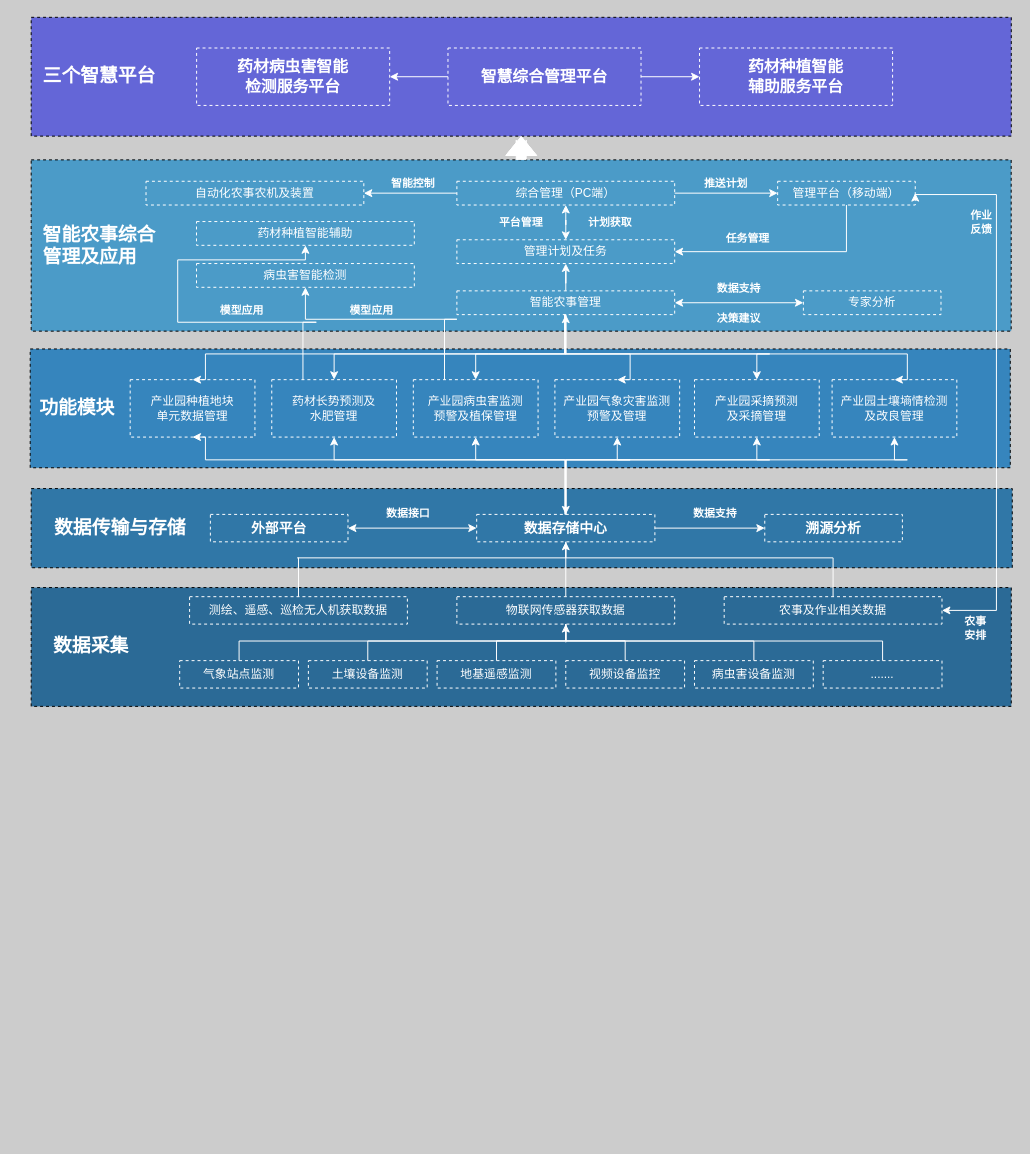
Above: 未命名绘图.drawio in brakaa/gittest (draw.io), before the change. Source tidied: cells renumbered, new cells numbered last; positions are measured from the earlier drawing's top-left corner, leaving out a move shared by most shapes. Both pictures are drawn from the tidied source at 99%, with x=0, y=0 at pixel (17, 17).
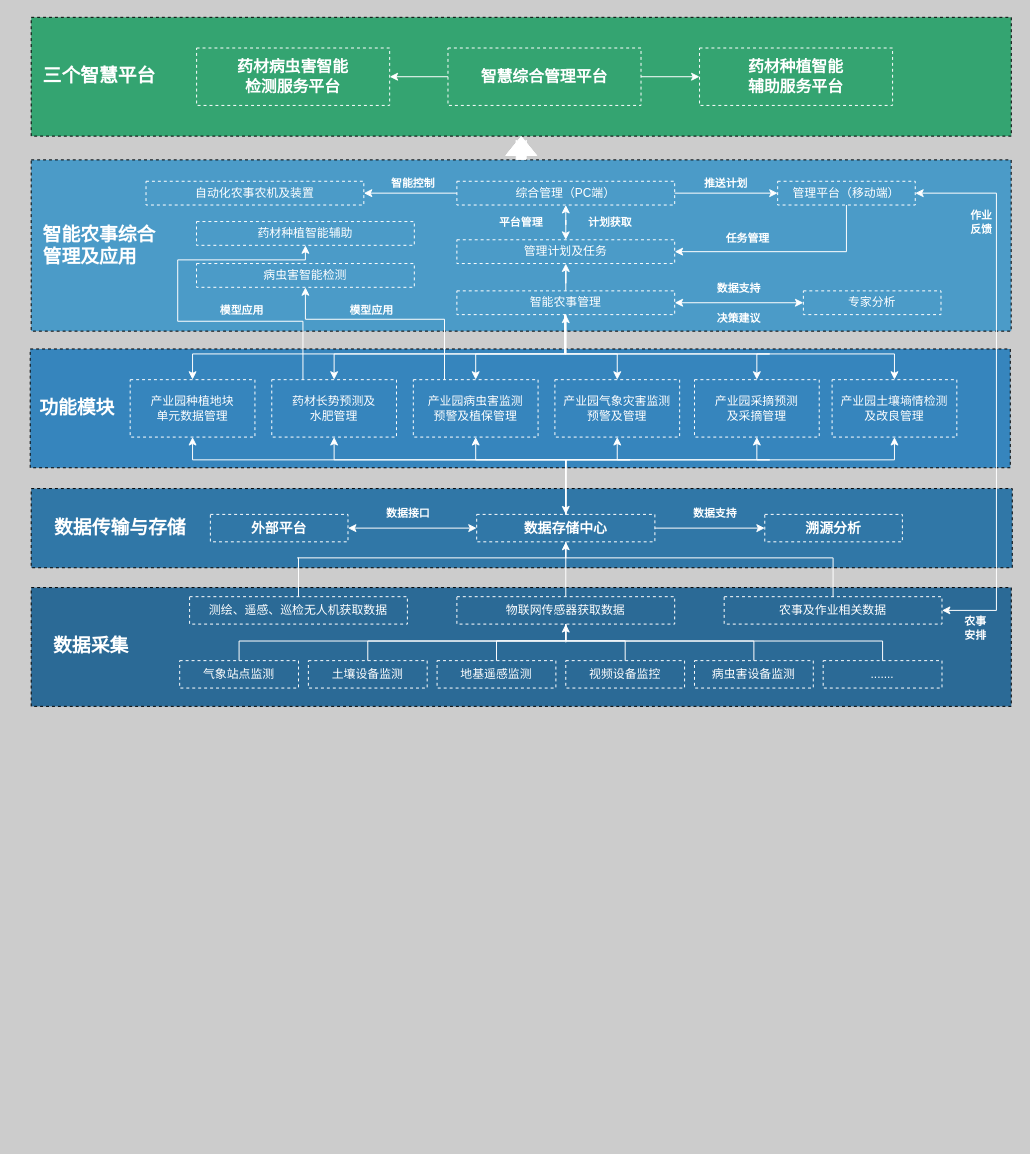
The same page after the edit.

Commit message (it also covers changes not shown here):
更新未命名绘图.drawio

The change refers to these unchanged cells:
```xml
<mxCell id="5" value="&lt;font color=&quot;#ffffff&quot; style=&quot;font-size: 14px;&quot;&gt;数据存储中心&lt;/font&gt;" style="rounded=0;whiteSpace=wrap;html=1;fillColor=none;dashed=1;strokeColor=#FFFFFF;fontFamily=Microsoft YaHei;fontSize=14;fontStyle=1;" parent="2" vertex="1">
  <mxGeometry x="450" y="26.1" width="180" height="27.7" as="geometry" />
</mxCell>
<mxCell id="28" value="&lt;font color=&quot;#ffffff&quot;&gt;农事及作业相关数据&lt;/font&gt;" style="rounded=0;whiteSpace=wrap;html=1;fillColor=none;dashed=1;strokeColor=#FFFFFF;fontFamily=Microsoft YaHei;" parent="12" vertex="1">
  <mxGeometry x="700" y="9.2" width="220" height="27.7" as="geometry" />
</mxCell>
<mxCell id="37" value="&lt;font color=&quot;#ffffff&quot;&gt;产业园土壤墒情检测&lt;br&gt;及改良管理&lt;br&gt;&lt;/font&gt;" style="rounded=0;whiteSpace=wrap;html=1;fillColor=none;dashed=1;strokeColor=#FFFFFF;fontFamily=Microsoft YaHei;" parent="35" vertex="1">
  <mxGeometry x="823" y="31" width="126" height="58" as="geometry" />
</mxCell>
<mxCell id="40" value="&lt;font color=&quot;#ffffff&quot;&gt;产业园气象灾害监测&lt;br&gt;预警及管理&lt;br&gt;&lt;/font&gt;" style="rounded=0;whiteSpace=wrap;html=1;fillColor=none;dashed=1;strokeColor=#FFFFFF;fontFamily=Microsoft YaHei;" parent="35" vertex="1">
  <mxGeometry x="543" y="31" width="126" height="58" as="geometry" />
</mxCell>
<mxCell id="41" value="&lt;font color=&quot;#ffffff&quot;&gt;产业园病虫害监测&lt;br&gt;预警及植保管理&lt;br&gt;&lt;/font&gt;" style="rounded=0;whiteSpace=wrap;html=1;fillColor=none;dashed=1;strokeColor=#FFFFFF;fontFamily=Microsoft YaHei;" parent="35" vertex="1">
  <mxGeometry x="400" y="31" width="126" height="58" as="geometry" />
</mxCell>
<mxCell id="42" value="&lt;font color=&quot;#ffffff&quot;&gt;药材长势预测及&lt;br&gt;水肥管理&lt;br&gt;&lt;/font&gt;" style="rounded=0;whiteSpace=wrap;html=1;fillColor=none;dashed=1;strokeColor=#FFFFFF;fontFamily=Microsoft YaHei;" parent="35" vertex="1">
  <mxGeometry x="257" y="31" width="126" height="58" as="geometry" />
</mxCell>
<mxCell id="43" value="&lt;font color=&quot;#ffffff&quot;&gt;产业园种植地块&lt;br&gt;单元数据管理&lt;br&gt;&lt;/font&gt;" style="rounded=0;whiteSpace=wrap;html=1;fillColor=none;dashed=1;strokeColor=#FFFFFF;fontFamily=Microsoft YaHei;" parent="35" vertex="1">
  <mxGeometry x="114" y="31" width="126" height="58" as="geometry" />
</mxCell>
<mxCell id="54" value="&lt;font color=&quot;#ffffff&quot;&gt;智能农事管理&lt;/font&gt;" style="rounded=0;whiteSpace=wrap;html=1;fillColor=none;dashed=1;strokeColor=#FFFFFF;fontFamily=Microsoft YaHei;" parent="52" vertex="1">
  <mxGeometry x="430" y="132.3" width="220" height="24" as="geometry" />
</mxCell>
<mxCell id="55" value="&lt;font color=&quot;#ffffff&quot;&gt;病虫害智能检测&lt;/font&gt;" style="rounded=0;whiteSpace=wrap;html=1;fillColor=none;dashed=1;strokeColor=#FFFFFF;fontFamily=Microsoft YaHei;" parent="52" vertex="1">
  <mxGeometry x="167" y="104.7" width="220" height="24" as="geometry" />
</mxCell>
<mxCell id="61" value="&lt;font color=&quot;#ffffff&quot;&gt;药材种植智能辅助&lt;/font&gt;" style="rounded=0;whiteSpace=wrap;html=1;fillColor=none;dashed=1;strokeColor=#FFFFFF;fontFamily=Microsoft YaHei;" parent="52" vertex="1">
  <mxGeometry x="167" y="62.3" width="220" height="24" as="geometry" />
</mxCell>
<mxCell id="71" value="&lt;font color=&quot;#ffffff&quot; style=&quot;font-size: 12px;&quot;&gt;管理平台（移动端）&lt;/font&gt;" style="rounded=0;whiteSpace=wrap;html=1;fillColor=none;dashed=1;strokeColor=#FFFFFF;fontFamily=Microsoft YaHei;fontSize=12;fontStyle=0;" parent="52" vertex="1">
  <mxGeometry x="754" y="21.6" width="139" height="24" as="geometry" />
</mxCell>
<mxCell id="88" style="group;" parent="87" vertex="1">
  <mxGeometry width="990" height="120" as="geometry" />
</mxCell>
```

Diff of the diagram source:
```diff
@@
-    <mxCell id="12" style="group;" parent="1" vertex="1">
+    <mxCell id="12" style="group;rotation=90;" parent="1" vertex="1">
       <mxGeometry x="14" y="576" width="990" height="120" as="geometry" />
     </mxCell>
@@
     <mxCell id="44" style="edgeStyle=orthogonalEdgeStyle;shape=connector;rounded=0;jettySize=auto;html=1;exitX=0.5;exitY=1;exitDx=0;exitDy=0;entryX=0.5;entryY=0;entryDx=0;entryDy=0;labelBackgroundColor=default;strokeColor=#FFFFFF;fontFamily=Helvetica;fontSize=11;fontColor=default;endArrow=classic;endFill=1;startArrow=classic;startFill=1;" parent="1" edge="1" source="37" target="5">
       <mxGeometry relative="1" as="geometry">
         <Array as="points">
-          <mxPoint x="899" y="447" />
-          <mxPoint x="553" y="447" />
+          <mxPoint x="886" y="447" />
+          <mxPoint x="554" y="447" />
         </Array>
       </mxGeometry>
     </mxCell>
@@
     <mxCell id="48" style="edgeStyle=orthogonalEdgeStyle;shape=connector;rounded=0;jettySize=auto;html=1;exitX=0.5;exitY=1;exitDx=0;exitDy=0;entryX=0.5;entryY=0;entryDx=0;entryDy=0;labelBackgroundColor=default;strokeColor=#FFFFFF;fontFamily=Helvetica;fontSize=11;fontColor=default;endArrow=none;endFill=0;startArrow=classic;startFill=1;" parent="1" edge="1" source="42" target="5">
       <mxGeometry relative="1" as="geometry">
         <Array as="points">
-          <mxPoint x="333" y="447" />
-          <mxPoint x="553" y="447" />
+          <mxPoint x="320" y="447" />
+          <mxPoint x="554" y="447" />
         </Array>
       </mxGeometry>
     </mxCell>
     <mxCell id="49" style="edgeStyle=orthogonalEdgeStyle;shape=connector;rounded=0;jettySize=auto;html=1;exitX=0.5;exitY=1;exitDx=0;exitDy=0;labelBackgroundColor=default;strokeColor=#FFFFFF;fontFamily=Helvetica;fontSize=11;fontColor=default;endArrow=none;endFill=0;startArrow=classic;startFill=1;" parent="1" edge="1" source="43" target="5">
       <mxGeometry relative="1" as="geometry">
         <Array as="points">
-          <mxPoint x="190" y="447" />
-          <mxPoint x="553" y="447" />
+          <mxPoint x="177" y="447" />
+          <mxPoint x="554" y="447" />
         </Array>
       </mxGeometry>
     </mxCell>
@@
     <mxCell id="79" style="edgeStyle=orthogonalEdgeStyle;shape=connector;rounded=0;jettySize=auto;html=1;exitX=0.5;exitY=0;exitDx=0;exitDy=0;labelBackgroundColor=default;strokeColor=#FFFFFF;fontFamily=Helvetica;fontSize=11;fontColor=default;endArrow=none;endFill=0;startArrow=classic;startFill=1;" parent="1" edge="1" source="40" target="54">
       <mxGeometry relative="1" as="geometry">
         <Array as="points">
-          <mxPoint x="619" y="340" />
+          <mxPoint x="606" y="340" />
           <mxPoint x="553" y="340" />
         </Array>
       </mxGeometry>
     </mxCell>
@@
     <mxCell id="81" style="edgeStyle=orthogonalEdgeStyle;shape=connector;rounded=0;jettySize=auto;html=1;exitX=0.5;exitY=0;exitDx=0;exitDy=0;labelBackgroundColor=default;strokeColor=#FFFFFF;fontFamily=Helvetica;fontSize=11;fontColor=default;endArrow=none;endFill=0;startArrow=classic;startFill=1;" parent="1" edge="1" source="43" target="54">
       <mxGeometry relative="1" as="geometry">
         <Array as="points">
-          <mxPoint x="190" y="340" />
+          <mxPoint x="177" y="340" />
           <mxPoint x="553" y="340" />
         </Array>
       </mxGeometry>
     </mxCell>
@@
     <mxCell id="83" style="edgeStyle=orthogonalEdgeStyle;shape=connector;rounded=0;jettySize=auto;html=1;exitX=0.5;exitY=0;exitDx=0;exitDy=0;labelBackgroundColor=default;strokeColor=#FFFFFF;fontFamily=Helvetica;fontSize=11;fontColor=default;endArrow=none;endFill=0;startArrow=classic;startFill=1;" parent="1" edge="1" source="37" target="54">
       <mxGeometry relative="1" as="geometry">
         <Array as="points">
-          <mxPoint x="899" y="340" />
+          <mxPoint x="886" y="340" />
           <mxPoint x="553" y="340" />
         </Array>
       </mxGeometry>
     </mxCell>
     <mxCell id="84" style="edgeStyle=orthogonalEdgeStyle;shape=connector;rounded=0;jettySize=auto;html=1;exitX=0.25;exitY=0;exitDx=0;exitDy=0;labelBackgroundColor=default;strokeColor=#FFFFFF;fontFamily=Helvetica;fontSize=11;fontColor=default;endArrow=classic;endFill=1;entryX=0.5;entryY=1;entryDx=0;entryDy=0;" parent="1" edge="1" source="41" target="55">
       <mxGeometry relative="1" as="geometry">
         <Array as="points">
-          <mxPoint x="444" y="305" />
-          <mxPoint x="290" y="305" />
+          <mxPoint x="432" y="305" />
+          <mxPoint x="291" y="305" />
         </Array>
       </mxGeometry>
     </mxCell>
     <mxCell id="85" style="edgeStyle=orthogonalEdgeStyle;shape=connector;rounded=0;jettySize=auto;html=1;exitX=0.25;exitY=0;exitDx=0;exitDy=0;entryX=0.5;entryY=1;entryDx=0;entryDy=0;labelBackgroundColor=default;strokeColor=#FFFFFF;fontFamily=Helvetica;fontSize=11;fontColor=default;endArrow=classic;endFill=1;" parent="1" edge="1" source="42" target="61">
       <mxGeometry relative="1" as="geometry">
         <Array as="points">
-          <mxPoint x="302" y="308" />
-          <mxPoint x="162" y="308" />
+          <mxPoint x="289" y="307" />
+          <mxPoint x="162" y="307" />
           <mxPoint x="162" y="245" />
-          <mxPoint x="290" y="245" />
+          <mxPoint x="291" y="245" />
         </Array>
       </mxGeometry>
     </mxCell>
     <mxCell id="86" style="edgeStyle=orthogonalEdgeStyle;shape=connector;rounded=0;jettySize=auto;html=1;exitX=1;exitY=0.5;exitDx=0;exitDy=0;labelBackgroundColor=default;strokeColor=#FFFFFF;fontFamily=Helvetica;fontSize=11;fontColor=default;endArrow=classic;endFill=1;entryX=1;entryY=0.5;entryDx=0;entryDy=0;startArrow=classic;startFill=1;" parent="1" edge="1" source="71" target="28">
       <mxGeometry relative="1" as="geometry">
         <Array as="points">
-          <mxPoint x="907" y="179" />
-          <mxPoint x="989" y="179" />
+          <mxPoint x="989" y="178" />
           <mxPoint x="989" y="599" />
         </Array>
       </mxGeometry>
     </mxCell>
@@
-    <mxCell id="89" style="rounded=0;whiteSpace=wrap;html=1;labelBackgroundColor=none;labelBorderColor=none;fillColor=#6466D7;dashed=1;gradientColor=none;" parent="88" vertex="1">
+    <mxCell id="89" style="rounded=0;whiteSpace=wrap;html=1;labelBackgroundColor=none;labelBorderColor=none;fillColor=#34A471;dashed=1;gradientColor=none;" parent="88" vertex="1">
       <mxGeometry width="990" height="120" as="geometry" />
     </mxCell>
```
